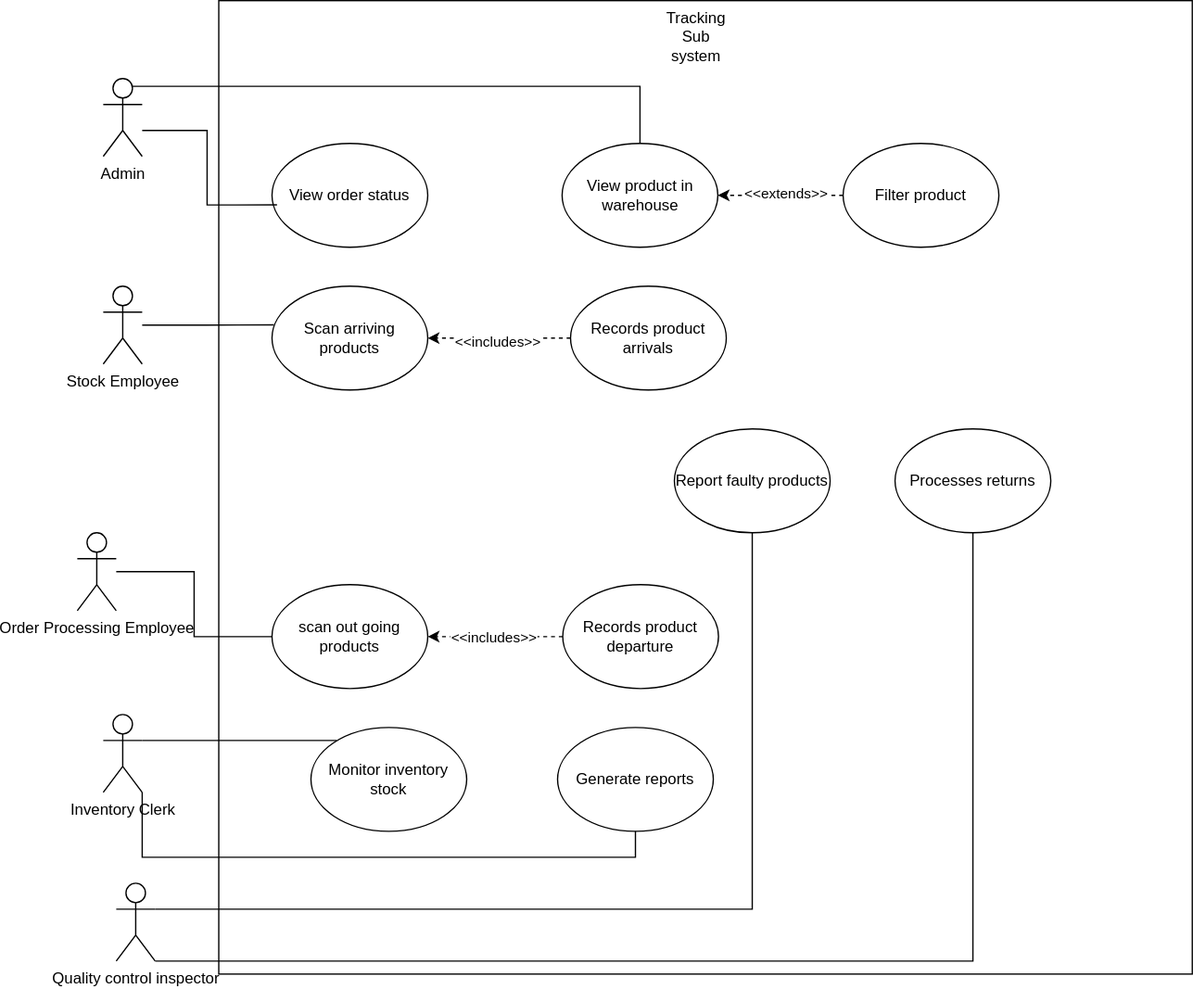
Before: tracking.svg, a diagram exported from draw.io (Simamkele88/IFM3_GP). Source tidied: cells renumbered, new cells last; positions are measured from the earlier drawing's top-left corner, leaving out a move shared by most shapes.
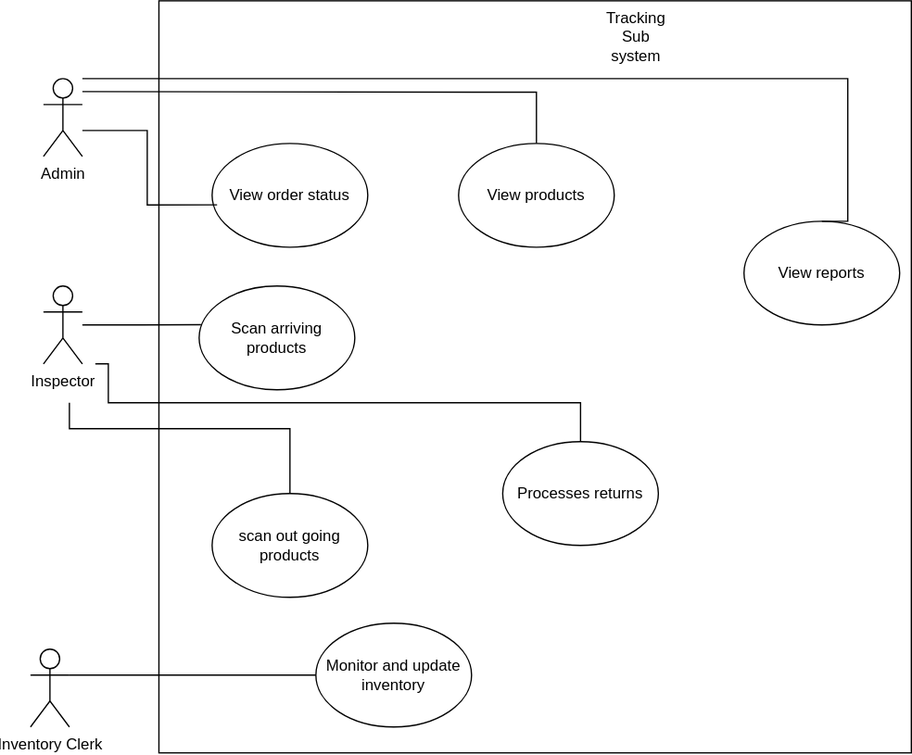
Above is the later version.

Diff of the diagram source:
```diff
@@ -3,10 +3,12 @@
     <mxCell id="0" />
     <mxCell id="1" parent="0" />
     <mxCell id="2" style="whiteSpace=wrap;html=1;" parent="1" vertex="1">
-      <mxGeometry x="109" width="750" height="750" as="geometry" />
+      <mxGeometry x="109" width="580" height="580" as="geometry" />
     </mxCell>
-    <mxCell id="3" style="edgeStyle=orthogonalEdgeStyle;rounded=0;jettySize=auto;html=1;exitX=0.75;exitY=0.1;exitDx=0;exitDy=0;exitPerimeter=0;entryX=0.5;entryY=0;entryDx=0;entryDy=0;endArrow=none;startFill=0;" parent="1" edge="1" source="4" target="16">
-      <mxGeometry relative="1" as="geometry" />
+    <mxCell id="3" style="edgeStyle=orthogonalEdgeStyle;rounded=0;jettySize=auto;html=1;entryX=0.5;entryY=0;entryDx=0;entryDy=0;endArrow=none;startFill=0;" parent="1" edge="1" target="16">
+      <mxGeometry relative="1" as="geometry">
+        <mxPoint x="50" y="70" as="sourcePoint" />
+      </mxGeometry>
     </mxCell>
     <mxCell id="4" value="Admin" style="shape=umlActor;verticalLabelPosition=bottom;verticalAlign=top;html=1;outlineConnect=0;" parent="1" vertex="1">
       <mxGeometry x="20" y="60" width="30" height="60" as="geometry" />
@@ -14,15 +16,9 @@
     <mxCell id="5" style="edgeStyle=orthogonalEdgeStyle;rounded=0;jettySize=auto;html=1;entryX=0.012;entryY=0.372;entryDx=0;entryDy=0;entryPerimeter=0;endArrow=none;startFill=0;" parent="1" edge="1" source="6" target="12">
       <mxGeometry relative="1" as="geometry" />
     </mxCell>
-    <mxCell id="6" value="Stock Employee" style="shape=umlActor;verticalLabelPosition=bottom;verticalAlign=top;html=1;outlineConnect=0;" parent="1" vertex="1">
+    <mxCell id="6" value="Inspector" style="shape=umlActor;verticalLabelPosition=bottom;verticalAlign=top;html=1;outlineConnect=0;" parent="1" vertex="1">
       <mxGeometry x="20" y="220" width="30" height="60" as="geometry" />
     </mxCell>
-    <mxCell id="7" style="edgeStyle=orthogonalEdgeStyle;rounded=0;jettySize=auto;html=1;endArrow=none;startFill=0;" parent="1" edge="1" source="8" target="18">
-      <mxGeometry relative="1" as="geometry" />
-    </mxCell>
-    <mxCell id="8" value="Order Processing Employee" style="shape=umlActor;verticalLabelPosition=bottom;verticalAlign=top;html=1;outlineConnect=0;" parent="1" vertex="1">
-      <mxGeometry y="410" width="30" height="60" as="geometry" />
-    </mxCell>
     <mxCell id="9" value="View order status" style="ellipse;whiteSpace=wrap;html=1;" parent="1" vertex="1">
       <mxGeometry x="150" y="110" width="120" height="80" as="geometry" />
     </mxCell>
@@ -30,71 +26,32 @@
       <mxGeometry x="446.5" y="20" width="60" height="30" as="geometry" />
     </mxCell>
     <mxCell id="11" value="Processes returns" style="ellipse;whiteSpace=wrap;html=1;" parent="1" vertex="1">
-      <mxGeometry x="630" y="330" width="120" height="80" as="geometry" />
+      <mxGeometry x="374" y="340" width="120" height="80" as="geometry" />
     </mxCell>
     <mxCell id="12" value="Scan arriving products" style="ellipse;whiteSpace=wrap;html=1;" parent="1" vertex="1">
-      <mxGeometry x="150" y="220" width="120" height="80" as="geometry" />
+      <mxGeometry x="140" y="220" width="120" height="80" as="geometry" />
     </mxCell>
-    <mxCell id="13" style="edgeStyle=orthogonalEdgeStyle;rounded=0;jettySize=auto;html=1;entryX=1;entryY=0.5;entryDx=0;entryDy=0;dashed=1;" parent="1" edge="1" source="15" target="16">
-      <mxGeometry relative="1" as="geometry" />
-    </mxCell>
-    <mxCell id="14" value="&amp;lt;&amp;lt;extends&amp;gt;&amp;gt;" style="edgeLabel;html=1;align=center;verticalAlign=middle;" parent="13" vertex="1">
-      <mxGeometry x="-0.07" y="-2" relative="1" as="geometry" />
-    </mxCell>
-    <mxCell id="15" value="Filter product" style="ellipse;whiteSpace=wrap;html=1;" parent="1" vertex="1">
-      <mxGeometry x="590" y="110" width="120" height="80" as="geometry" />
-    </mxCell>
-    <mxCell id="16" value="View product in warehouse" style="ellipse;whiteSpace=wrap;html=1;" parent="1" vertex="1">
-      <mxGeometry x="373.5" y="110" width="120" height="80" as="geometry" />
+    <mxCell id="16" value="View products" style="ellipse;whiteSpace=wrap;html=1;" parent="1" vertex="1">
+      <mxGeometry x="340" y="110" width="120" height="80" as="geometry" />
     </mxCell>
-    <mxCell id="17" value="Monitor inventory stock" style="ellipse;whiteSpace=wrap;html=1;" parent="1" vertex="1">
-      <mxGeometry x="180" y="560" width="120" height="80" as="geometry" />
+    <mxCell id="17" value="Monitor and update inventory" style="ellipse;whiteSpace=wrap;html=1;" parent="1" vertex="1">
+      <mxGeometry x="230" y="480" width="120" height="80" as="geometry" />
     </mxCell>
     <mxCell id="18" value="scan out going products" style="ellipse;whiteSpace=wrap;html=1;" parent="1" vertex="1">
-      <mxGeometry x="150" y="450" width="120" height="80" as="geometry" />
+      <mxGeometry x="150" y="380" width="120" height="80" as="geometry" />
     </mxCell>
-    <mxCell id="19" value="Report faulty products" style="ellipse;whiteSpace=wrap;html=1;" parent="1" vertex="1">
-      <mxGeometry x="460" y="330" width="120" height="80" as="geometry" />
-    </mxCell>
-    <mxCell id="20" style="edgeStyle=orthogonalEdgeStyle;rounded=0;jettySize=auto;html=1;entryX=1;entryY=0.5;entryDx=0;entryDy=0;dashed=1;" parent="1" edge="1" source="22" target="12">
-      <mxGeometry relative="1" as="geometry" />
-    </mxCell>
-    <mxCell id="21" value="&amp;lt;&amp;lt;includes&amp;gt;&amp;gt;" style="edgeLabel;html=1;align=center;verticalAlign=middle;" parent="20" vertex="1">
-      <mxGeometry x="0.04" y="2" relative="1" as="geometry" />
-    </mxCell>
-    <mxCell id="22" value="Records product arrivals " style="ellipse;whiteSpace=wrap;html=1;" parent="1" vertex="1">
-      <mxGeometry x="380" y="220" width="120" height="80" as="geometry" />
-    </mxCell>
-    <mxCell id="23" style="edgeStyle=orthogonalEdgeStyle;rounded=0;jettySize=auto;html=1;entryX=1;entryY=0.5;entryDx=0;entryDy=0;dashed=1;" parent="1" edge="1" source="25" target="18">
-      <mxGeometry relative="1" as="geometry" />
-    </mxCell>
-    <mxCell id="24" value="&amp;lt;&amp;lt;includes&amp;gt;&amp;gt;" style="edgeLabel;html=1;align=center;verticalAlign=middle;" parent="23" vertex="1">
-      <mxGeometry x="0.03" relative="1" as="geometry" />
-    </mxCell>
-    <mxCell id="25" value="Records product departure" style="ellipse;whiteSpace=wrap;html=1;" parent="1" vertex="1">
-      <mxGeometry x="374" y="450" width="120" height="80" as="geometry" />
-    </mxCell>
-    <mxCell id="26" style="edgeStyle=orthogonalEdgeStyle;rounded=0;jettySize=auto;html=1;exitX=1;exitY=0.3333333333333333;exitDx=0;exitDy=0;exitPerimeter=0;entryX=0.5;entryY=1;entryDx=0;entryDy=0;endArrow=none;startFill=0;" parent="1" edge="1" source="28" target="19">
-      <mxGeometry relative="1" as="geometry" />
-    </mxCell>
-    <mxCell id="27" style="edgeStyle=orthogonalEdgeStyle;rounded=0;jettySize=auto;html=1;exitX=1;exitY=1;exitDx=0;exitDy=0;exitPerimeter=0;endArrow=none;startFill=0;" parent="1" edge="1" source="28" target="11">
+    <mxCell id="27" style="edgeStyle=orthogonalEdgeStyle;rounded=0;jettySize=auto;html=1;endArrow=none;startFill=0;" parent="1" edge="1" target="11">
       <mxGeometry relative="1" as="geometry">
+        <mxPoint x="60" y="280" as="sourcePoint" />
         <Array as="points">
-          <mxPoint x="690" y="740" />
+          <mxPoint x="70" y="280" />
+          <mxPoint x="70" y="310" />
+          <mxPoint x="434" y="310" />
         </Array>
       </mxGeometry>
     </mxCell>
-    <mxCell id="28" value="Quality control inspector" style="shape=umlActor;verticalLabelPosition=bottom;verticalAlign=top;html=1;outlineConnect=0;" parent="1" vertex="1">
-      <mxGeometry x="30" y="680" width="30" height="60" as="geometry" />
-    </mxCell>
-    <mxCell id="29" value="Generate reports" style="ellipse;whiteSpace=wrap;html=1;" parent="1" vertex="1">
-      <mxGeometry x="370" y="560" width="120" height="80" as="geometry" />
-    </mxCell>
-    <mxCell id="30" style="edgeStyle=orthogonalEdgeStyle;rounded=0;jettySize=auto;html=1;exitX=1;exitY=1;exitDx=0;exitDy=0;exitPerimeter=0;entryX=0.5;entryY=1;entryDx=0;entryDy=0;endArrow=none;startFill=0;" parent="1" edge="1" source="31" target="29">
-      <mxGeometry relative="1" as="geometry" />
-    </mxCell>
     <mxCell id="31" value="Inventory Clerk" style="shape=umlActor;verticalLabelPosition=bottom;verticalAlign=top;html=1;outlineConnect=0;" parent="1" vertex="1">
-      <mxGeometry x="20" y="550" width="30" height="60" as="geometry" />
+      <mxGeometry x="10" y="500" width="30" height="60" as="geometry" />
     </mxCell>
     <mxCell id="32" style="edgeStyle=orthogonalEdgeStyle;rounded=0;jettySize=auto;html=1;entryX=0.032;entryY=0.592;entryDx=0;entryDy=0;entryPerimeter=0;endArrow=none;startFill=0;" parent="1" edge="1" source="4" target="9">
       <mxGeometry relative="1" as="geometry">
@@ -104,8 +61,28 @@
         </Array>
       </mxGeometry>
     </mxCell>
-    <mxCell id="33" style="edgeStyle=orthogonalEdgeStyle;rounded=0;jettySize=auto;html=1;exitX=1;exitY=0.3333333333333333;exitDx=0;exitDy=0;exitPerimeter=0;entryX=0.121;entryY=0.76;entryDx=0;entryDy=0;entryPerimeter=0;endArrow=none;startFill=0;" parent="1" edge="1" source="31" target="2">
+    <mxCell id="33" style="edgeStyle=orthogonalEdgeStyle;rounded=0;jettySize=auto;html=1;exitX=1;exitY=0.3333333333333333;exitDx=0;exitDy=0;exitPerimeter=0;entryX=0;entryY=0.5;entryDx=0;entryDy=0;endArrow=none;startFill=0;" parent="1" edge="1" source="31" target="17">
       <mxGeometry relative="1" as="geometry" />
     </mxCell>
+    <mxCell id="34" style="edgeStyle=orthogonalEdgeStyle;rounded=0;jettySize=auto;html=1;entryX=0.5;entryY=0;entryDx=0;entryDy=0;endArrow=none;startFill=0;" parent="1" edge="1" target="18">
+      <mxGeometry relative="1" as="geometry">
+        <mxPoint x="40" y="310" as="sourcePoint" />
+        <Array as="points">
+          <mxPoint x="40" y="330" />
+          <mxPoint x="210" y="330" />
+        </Array>
+      </mxGeometry>
+    </mxCell>
+    <mxCell id="35" value="View reports" style="ellipse;whiteSpace=wrap;html=1;" parent="1" vertex="1">
+      <mxGeometry x="560" y="170" width="120" height="80" as="geometry" />
+    </mxCell>
+    <mxCell id="36" style="edgeStyle=orthogonalEdgeStyle;rounded=0;jettySize=auto;html=1;entryX=0.5;entryY=0;entryDx=0;entryDy=0;endArrow=none;startFill=0;" parent="1" edge="1" target="35">
+      <mxGeometry relative="1" as="geometry">
+        <mxPoint x="50" y="60" as="sourcePoint" />
+        <Array as="points">
+          <mxPoint x="640" y="60" />
+        </Array>
+      </mxGeometry>
+    </mxCell>
   </root>
 </mxGraphModel>
```
